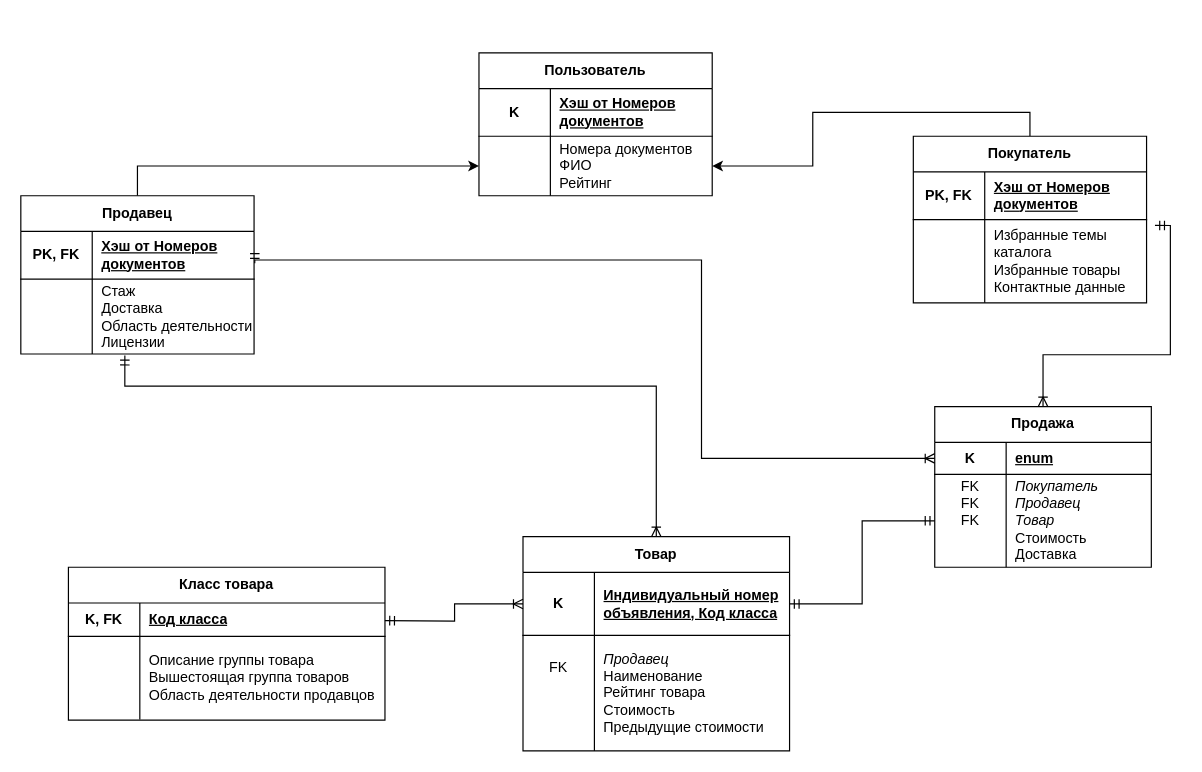
Earlier version of the draw.io diagram page "Страница — 2" (2 of 2) of Диаграмма без названия.drawio (Djuckman/Compilers2). Source tidied: cells renumbered, new cells numbered last; positions are measured from the earlier drawing's top-left corner, leaving out a move shared by most shapes. Both pictures are drawn from the tidied source at 119%, with x=0, y=0 at pixel (20, 52).
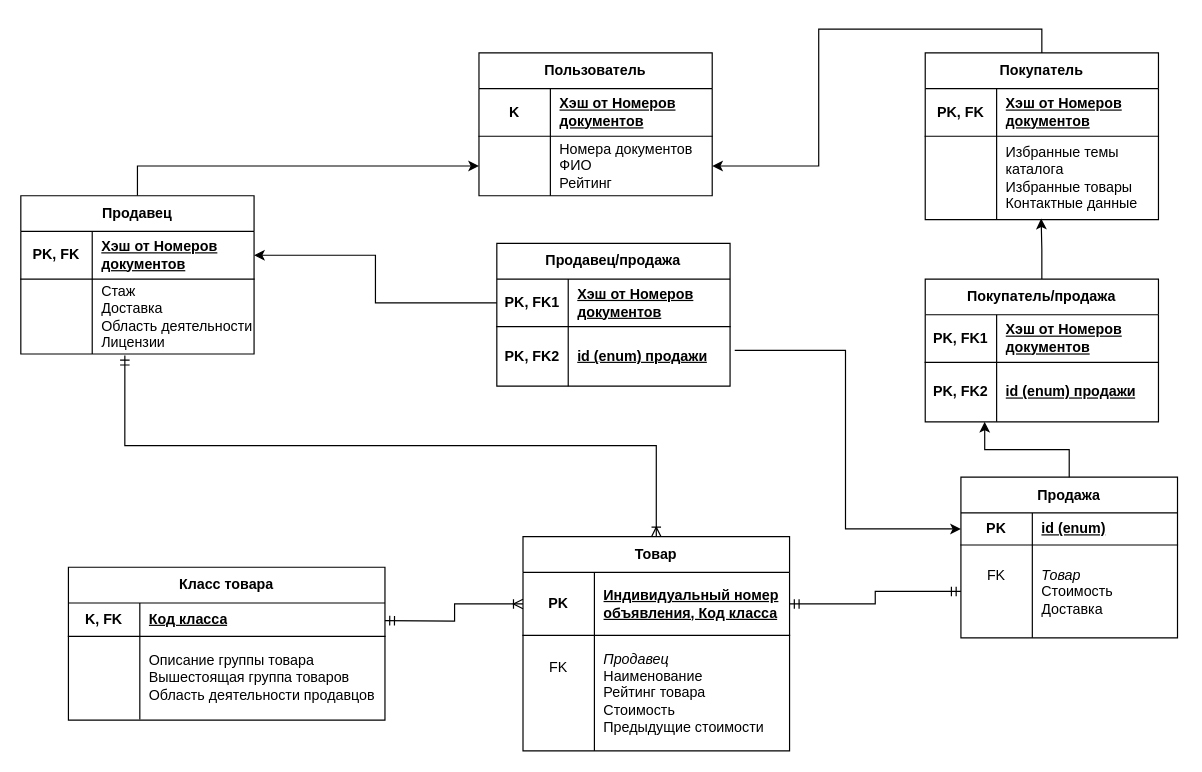
Above is the later version.

The change refers to these unchanged cells:
```xml
<mxCell id="15" style="shape=tableRow;horizontal=0;startSize=0;swimlaneHead=0;swimlaneBody=0;fillColor=none;points=[[0,0.5],[1,0.5]];portConstraint=eastwest;top=0;left=0;right=0;bottom=1;html=1;" parent="14" vertex="1">
  <mxGeometry y="30" width="182" height="27" as="geometry" />
</mxCell>
<mxCell id="18" style="shape=tableRow;horizontal=0;startSize=0;swimlaneHead=0;swimlaneBody=0;fillColor=none;points=[[0,0.5],[1,0.5]];portConstraint=eastwest;top=0;left=0;right=0;bottom=0;html=1;" parent="14" vertex="1">
  <mxGeometry y="57" width="182" height="78" as="geometry" />
</mxCell>
<mxCell id="22" value="Товар" style="shape=table;startSize=30;childLayout=tableLayout;rowLines=0;fontStyle=1;align=center;html=1;whiteSpace=wrap;" parent="1" vertex="1">
  <mxGeometry x="422" y="406.5" width="224" height="180" as="geometry" />
</mxCell>
<mxCell id="23" style="shape=tableRow;horizontal=0;startSize=0;swimlaneHead=0;swimlaneBody=0;fillColor=none;points=[[0,0.5],[1,0.5]];portConstraint=eastwest;top=0;left=0;right=0;bottom=1;html=1;" parent="22" vertex="1">
  <mxGeometry y="30" width="224" height="53" as="geometry" />
</mxCell>
<mxCell id="41" style="shape=tableRow;horizontal=0;startSize=0;swimlaneHead=0;swimlaneBody=0;fillColor=none;points=[[0,0.5],[1,0.5]];portConstraint=eastwest;top=0;left=0;right=0;bottom=1;html=1;" parent="40" vertex="1">
  <mxGeometry y="30" width="196" height="40" as="geometry" />
</mxCell>
<mxCell id="44" style="shape=tableRow;horizontal=0;startSize=0;swimlaneHead=0;swimlaneBody=0;fillColor=none;points=[[0,0.5],[1,0.5]];portConstraint=eastwest;top=0;left=0;right=0;bottom=0;html=1;" parent="40" vertex="1">
  <mxGeometry y="70" width="196" height="63" as="geometry" />
</mxCell>
<mxCell id="51" style="shape=tableRow;horizontal=0;startSize=0;swimlaneHead=0;swimlaneBody=0;fillColor=none;points=[[0,0.5],[1,0.5]];portConstraint=eastwest;top=0;left=0;right=0;bottom=0;html=1;" parent="47" vertex="1">
  <mxGeometry y="70" width="196" height="70" as="geometry" />
</mxCell>
```

What changed in the source:
```diff
@@
-    <mxCell id="13" style="edgeStyle=orthogonalEdgeStyle;rounded=0;jettySize=auto;html=1;exitX=0.5;exitY=0;exitDx=0;exitDy=0;startArrow=ERoneToMany;startFill=0;endArrow=ERmandOne;endFill=0;entryX=1.036;entryY=0.071;entryDx=0;entryDy=0;entryPerimeter=0;" parent="1" edge="1" source="14" target="51">
-      <mxGeometry relative="1" as="geometry" />
-    </mxCell>
     <mxCell id="14" value="Продажа" style="shape=table;startSize=30;childLayout=tableLayout;rowLines=0;fontStyle=1;align=center;html=1;whiteSpace=wrap;" parent="1" vertex="1">
-      <mxGeometry x="768" y="297.2" width="182" height="135" as="geometry" />
+      <mxGeometry x="790" y="356.5" width="182" height="135" as="geometry" />
     </mxCell>
@@
-    <mxCell id="16" value="K" style="shape=partialRectangle;fillColor=none;top=0;left=0;bottom=0;right=0;fontStyle=1;overflow=hidden;html=1;whiteSpace=wrap;" parent="15" vertex="1">
+    <mxCell id="16" value="PK" style="shape=partialRectangle;fillColor=none;top=0;left=0;bottom=0;right=0;fontStyle=1;overflow=hidden;html=1;whiteSpace=wrap;" parent="15" vertex="1">
       <mxGeometry width="60" height="27" as="geometry" />
     </mxCell>
-    <mxCell id="17" value="enum" style="shape=partialRectangle;fillColor=none;top=0;left=0;bottom=0;right=0;align=left;spacingLeft=6;fontStyle=5;overflow=hidden;html=1;whiteSpace=wrap;" parent="15" vertex="1">
+    <mxCell id="17" value="id (enum)" style="shape=partialRectangle;fillColor=none;top=0;left=0;bottom=0;right=0;align=left;spacingLeft=6;fontStyle=5;overflow=hidden;html=1;whiteSpace=wrap;" parent="15" vertex="1">
       <mxGeometry x="60" width="122" height="27" as="geometry" />
     </mxCell>
@@
-    <mxCell id="19" value="FK&lt;div&gt;FK&lt;br&gt;&lt;/div&gt;&lt;div&gt;FK&lt;/div&gt;&lt;div&gt;&lt;br&gt;&lt;/div&gt;&lt;div&gt;&lt;br&gt;&lt;/div&gt;" style="shape=partialRectangle;fillColor=none;top=0;left=0;bottom=0;right=0;overflow=hidden;html=1;whiteSpace=wrap;" parent="18" vertex="1">
+    <mxCell id="19" value="&lt;div&gt;FK&lt;/div&gt;&lt;div&gt;&lt;br&gt;&lt;/div&gt;&lt;div&gt;&lt;br&gt;&lt;/div&gt;" style="shape=partialRectangle;fillColor=none;top=0;left=0;bottom=0;right=0;overflow=hidden;html=1;whiteSpace=wrap;" parent="18" vertex="1">
       <mxGeometry width="60" height="78" as="geometry" />
     </mxCell>
-    <mxCell id="20" value="&lt;div&gt;&lt;i&gt;Покупатель&lt;/i&gt;&lt;/div&gt;&lt;div&gt;&lt;i&gt;Продавец&lt;/i&gt;&lt;/div&gt;&lt;i&gt;Товар&lt;/i&gt;&lt;div&gt;Стоимость&lt;/div&gt;&lt;div&gt;Доставка&lt;/div&gt;" style="shape=partialRectangle;fillColor=none;top=0;left=0;bottom=0;right=0;align=left;spacingLeft=6;overflow=hidden;html=1;whiteSpace=wrap;" parent="18" vertex="1">
+    <mxCell id="20" value="&lt;div&gt;&lt;i style=&quot;background-color: initial;&quot;&gt;Товар&lt;/i&gt;&lt;br&gt;&lt;/div&gt;&lt;div&gt;Стоимость&lt;/div&gt;&lt;div&gt;Доставка&lt;/div&gt;" style="shape=partialRectangle;fillColor=none;top=0;left=0;bottom=0;right=0;align=left;spacingLeft=6;overflow=hidden;html=1;whiteSpace=wrap;" parent="18" vertex="1">
       <mxGeometry x="60" width="122" height="78" as="geometry" />
     </mxCell>
@@
-    <mxCell id="24" value="K" style="shape=partialRectangle;fillColor=none;top=0;left=0;bottom=0;right=0;fontStyle=1;overflow=hidden;html=1;whiteSpace=wrap;" parent="23" vertex="1">
+    <mxCell id="24" value="PK" style="shape=partialRectangle;fillColor=none;top=0;left=0;bottom=0;right=0;fontStyle=1;overflow=hidden;html=1;whiteSpace=wrap;" parent="23" vertex="1">
       <mxGeometry width="60" height="53" as="geometry" />
     </mxCell>
@@
     <mxCell id="37" style="edgeStyle=orthogonalEdgeStyle;rounded=0;jettySize=auto;html=1;entryX=0.5;entryY=0;entryDx=0;entryDy=0;endArrow=ERoneToMany;endFill=0;startArrow=ERmandOne;startFill=0;exitX=0.446;exitY=1.019;exitDx=0;exitDy=0;exitPerimeter=0;" parent="1" edge="1" source="44" target="22">
       <mxGeometry relative="1" as="geometry">
         <Array as="points">
-          <mxPoint x="87" y="280" />
-          <mxPoint x="534" y="280" />
+          <mxPoint x="87" y="330" />
+          <mxPoint x="534" y="330" />
         </Array>
       </mxGeometry>
     </mxCell>
-    <mxCell id="38" style="edgeStyle=orthogonalEdgeStyle;rounded=0;jettySize=auto;html=1;exitX=0;exitY=0.5;exitDx=0;exitDy=0;endArrow=ERmandOne;endFill=0;startArrow=ERoneToMany;startFill=0;entryX=1.003;entryY=0.667;entryDx=0;entryDy=0;entryPerimeter=0;" parent="1" edge="1" source="15" target="41">
-      <mxGeometry relative="1" as="geometry">
-        <Array as="points">
-          <mxPoint x="572" y="341" />
-          <mxPoint x="572" y="174" />
-          <mxPoint x="197" y="174" />
-        </Array>
-      </mxGeometry>
-    </mxCell>
@@
     <mxCell id="47" value="Покупатель" style="shape=table;startSize=30;childLayout=tableLayout;rowLines=0;fontStyle=1;align=center;html=1;whiteSpace=wrap;" parent="1" vertex="1">
-      <mxGeometry x="750" y="70" width="196" height="140" as="geometry" />
+      <mxGeometry x="760" width="196" height="140" as="geometry" />
     </mxCell>
@@
+    <mxCell id="54" value="Продавец/продажа" style="shape=table;startSize=30;childLayout=tableLayout;rowLines=0;fontStyle=1;align=center;html=1;whiteSpace=wrap;" parent="1" vertex="1">
+      <mxGeometry x="400" y="160" width="196" height="120" as="geometry" />
+    </mxCell>
+    <mxCell id="55" style="shape=tableRow;horizontal=0;startSize=0;swimlaneHead=0;swimlaneBody=0;fillColor=none;points=[[0,0.5],[1,0.5]];portConstraint=eastwest;top=0;left=0;right=0;bottom=1;html=1;" parent="54" vertex="1">
+      <mxGeometry y="30" width="196" height="40" as="geometry" />
+    </mxCell>
+    <mxCell id="56" value="PK, FK1" style="shape=partialRectangle;fillColor=none;top=0;left=0;bottom=0;right=0;fontStyle=1;overflow=hidden;html=1;whiteSpace=wrap;" parent="55" vertex="1">
+      <mxGeometry width="60" height="40" as="geometry" />
+    </mxCell>
+    <mxCell id="57" value="Хэш от Номеров документов" style="shape=partialRectangle;fillColor=none;top=0;left=0;bottom=0;right=0;align=left;spacingLeft=6;fontStyle=5;overflow=hidden;html=1;whiteSpace=wrap;" parent="55" vertex="1">
+      <mxGeometry x="60" width="136" height="40" as="geometry" />
+    </mxCell>
+    <mxCell id="58" style="shape=tableRow;horizontal=0;startSize=0;swimlaneHead=0;swimlaneBody=0;fillColor=none;points=[[0,0.5],[1,0.5]];portConstraint=eastwest;top=0;left=0;right=0;bottom=0;html=1;" parent="54" vertex="1">
+      <mxGeometry y="70" width="196" height="50" as="geometry" />
+    </mxCell>
+    <mxCell id="59" value="&lt;span style=&quot;font-weight: 700;&quot;&gt;PK, FK2&lt;/span&gt;" style="shape=partialRectangle;fillColor=none;top=0;left=0;bottom=0;right=0;overflow=hidden;html=1;whiteSpace=wrap;" parent="58" vertex="1">
+      <mxGeometry width="60" height="50" as="geometry" />
+    </mxCell>
+    <mxCell id="60" value="&lt;span style=&quot;font-weight: 700; text-decoration-line: underline;&quot;&gt;id (enum) продажи&lt;/span&gt;&lt;br&gt;&lt;div&gt;&lt;/div&gt;" style="shape=partialRectangle;fillColor=none;top=0;left=0;bottom=0;right=0;align=left;spacingLeft=6;overflow=hidden;html=1;whiteSpace=wrap;" parent="58" vertex="1">
+      <mxGeometry x="60" width="136" height="50" as="geometry" />
+    </mxCell>
+    <mxCell id="61" style="edgeStyle=orthogonalEdgeStyle;rounded=0;jettySize=auto;html=1;exitX=0;exitY=0.5;exitDx=0;exitDy=0;entryX=1;entryY=0.5;entryDx=0;entryDy=0;" parent="1" edge="1" source="55" target="41">
+      <mxGeometry relative="1" as="geometry" />
+    </mxCell>
+    <mxCell id="62" style="edgeStyle=orthogonalEdgeStyle;rounded=0;jettySize=auto;html=1;exitX=1.02;exitY=0.4;exitDx=0;exitDy=0;entryX=0;entryY=0.5;entryDx=0;entryDy=0;exitPerimeter=0;" parent="1" edge="1" source="58" target="15">
+      <mxGeometry relative="1" as="geometry" />
+    </mxCell>
+    <mxCell id="63" value="Покупатель/продажа" style="shape=table;startSize=30;childLayout=tableLayout;rowLines=0;fontStyle=1;align=center;html=1;whiteSpace=wrap;" parent="1" vertex="1">
+      <mxGeometry x="760" y="190" width="196" height="120" as="geometry" />
+    </mxCell>
+    <mxCell id="64" style="shape=tableRow;horizontal=0;startSize=0;swimlaneHead=0;swimlaneBody=0;fillColor=none;top=0;left=0;right=0;bottom=1;html=1;" parent="63" vertex="1">
+      <mxGeometry y="30" width="196" height="40" as="geometry" />
+    </mxCell>
+    <mxCell id="65" value="PK, FK1" style="shape=partialRectangle;fillColor=none;top=0;left=0;bottom=0;right=0;fontStyle=1;overflow=hidden;html=1;whiteSpace=wrap;" parent="64" vertex="1">
+      <mxGeometry width="60" height="40" as="geometry" />
+    </mxCell>
+    <mxCell id="66" value="Хэш от Номеров документов" style="shape=partialRectangle;fillColor=none;top=0;left=0;bottom=0;right=0;align=left;spacingLeft=6;fontStyle=5;overflow=hidden;html=1;whiteSpace=wrap;" parent="64" vertex="1">
+      <mxGeometry x="60" width="136" height="40" as="geometry" />
+    </mxCell>
+    <mxCell id="67" style="shape=tableRow;horizontal=0;startSize=0;swimlaneHead=0;swimlaneBody=0;fillColor=none;points=[[0,0.5],[1,0.5]];portConstraint=eastwest;top=0;left=0;right=0;bottom=0;html=1;" parent="63" vertex="1">
+      <mxGeometry y="70" width="196" height="50" as="geometry" />
+    </mxCell>
+    <mxCell id="68" value="&lt;span style=&quot;font-weight: 700;&quot;&gt;PK, FK2&lt;/span&gt;" style="shape=partialRectangle;fillColor=none;top=0;left=0;bottom=0;right=0;overflow=hidden;html=1;whiteSpace=wrap;" parent="67" vertex="1">
+      <mxGeometry width="60" height="50" as="geometry" />
+    </mxCell>
+    <mxCell id="69" value="&lt;span style=&quot;font-weight: 700; text-decoration-line: underline;&quot;&gt;id (enum) продажи&lt;/span&gt;&lt;br&gt;&lt;div&gt;&lt;/div&gt;" style="shape=partialRectangle;fillColor=none;top=0;left=0;bottom=0;right=0;align=left;spacingLeft=6;overflow=hidden;html=1;whiteSpace=wrap;" parent="67" vertex="1">
+      <mxGeometry x="60" width="136" height="50" as="geometry" />
+    </mxCell>
+    <mxCell id="70" style="edgeStyle=orthogonalEdgeStyle;rounded=0;jettySize=auto;html=1;exitX=0.5;exitY=0;exitDx=0;exitDy=0;entryX=0.497;entryY=0.988;entryDx=0;entryDy=0;entryPerimeter=0;" parent="1" edge="1" source="63" target="51">
+      <mxGeometry relative="1" as="geometry" />
+    </mxCell>
+    <mxCell id="71" style="edgeStyle=orthogonalEdgeStyle;rounded=0;jettySize=auto;html=1;exitX=0.5;exitY=0;exitDx=0;exitDy=0;entryX=0.255;entryY=1;entryDx=0;entryDy=0;entryPerimeter=0;" parent="1" edge="1" source="14" target="67">
+      <mxGeometry relative="1" as="geometry" />
+    </mxCell>
```
